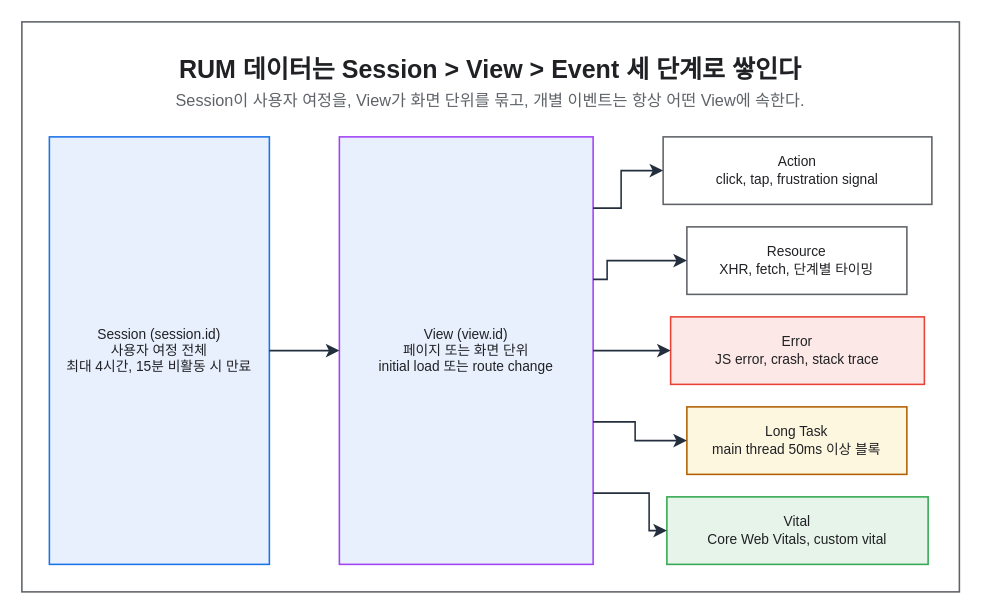
Before: assets/img/observability/datadog-rum-01-data-model.drawio in KKamJi98/kkamji98.github.io, a draw.io diagram. Source tidied: cells renumbered, new cells numbered last; positions are measured from the earlier drawing's top-left corner, leaving out a move shared by most shapes. Both pictures are drawn from the tidied source at 125%, with x=0, y=0 at pixel (21, 21).
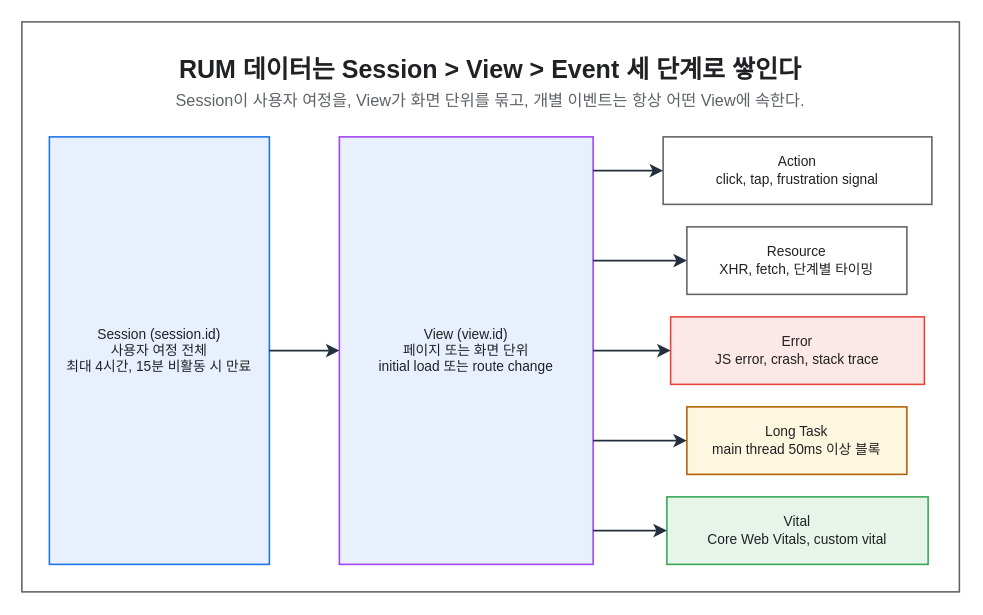
Above is the later version.

Unchanged cells that the change refers to:
```xml
<mxCell id="6" value="View (view.id)&#10;페이지 또는 화면 단위&#10;initial load 또는 route change" style="rounded=0;whiteSpace=wrap;html=0;fillColor=#E8F0FE;strokeColor=#A142F4;fontColor=#202124;fontSize=11;fontStyle=0;align=center;verticalAlign=middle;spacingLeft=6;spacingRight=6;strokeWidth=1.25;" parent="1" vertex="1">
  <mxGeometry x="254" y="92" width="203" height="342" as="geometry" />
</mxCell>
<mxCell id="7" value="Action&#10;click, tap, frustration signal" style="rounded=0;whiteSpace=wrap;html=0;fillColor=#FFFFFF;strokeColor=#5F6368;fontColor=#202124;fontSize=11;fontStyle=0;align=center;verticalAlign=middle;spacingLeft=6;spacingRight=6;strokeWidth=1.25;" parent="1" vertex="1">
  <mxGeometry x="513" y="92" width="215" height="54" as="geometry" />
</mxCell>
<mxCell id="8" value="Resource&#10;XHR, fetch, 단계별 타이밍" style="rounded=0;whiteSpace=wrap;html=0;fillColor=#FFFFFF;strokeColor=#5F6368;fontColor=#202124;fontSize=11;fontStyle=0;align=center;verticalAlign=middle;spacingLeft=6;spacingRight=6;strokeWidth=1.25;" parent="1" vertex="1">
  <mxGeometry x="532" y="164" width="176" height="54" as="geometry" />
</mxCell>
<mxCell id="10" value="Long Task&#10;main thread 50ms 이상 블록" style="rounded=0;whiteSpace=wrap;html=0;fillColor=#FEF7E0;strokeColor=#B06000;fontColor=#202124;fontSize=11;fontStyle=0;align=center;verticalAlign=middle;spacingLeft=6;spacingRight=6;strokeWidth=1.25;" parent="1" vertex="1">
  <mxGeometry x="532" y="308" width="176" height="54" as="geometry" />
</mxCell>
<mxCell id="11" value="Vital&#10;Core Web Vitals, custom vital" style="rounded=0;whiteSpace=wrap;html=0;fillColor=#E6F4EA;strokeColor=#34A853;fontColor=#202124;fontSize=11;fontStyle=0;align=center;verticalAlign=middle;spacingLeft=6;spacingRight=6;strokeWidth=1.25;" parent="1" vertex="1">
  <mxGeometry x="516" y="380" width="209" height="54" as="geometry" />
</mxCell>
```

Change to the diagram source:
```diff
@@
-    <mxCell id="13" style="edgeStyle=orthogonalEdgeStyle;rounded=0;html=0;strokeColor=#232F3E;strokeWidth=1.25;endArrow=classic;endFill=1;endSize=7;fontSize=11;fontColor=#202124;labelBackgroundColor=none;jettySize=14;exitX=1;exitY=0.1667;entryX=0;entryY=0.5;exitDx=0;exitDy=0;entryDx=0;entryDy=0;" parent="1" edge="1" source="6" target="7">
-      <mxGeometry relative="1" as="geometry">
-        <Array as="points">
-          <mxPoint x="479.4" y="149" />
-          <mxPoint x="479.4" y="119" />
-        </Array>
-      </mxGeometry>
+    <mxCell id="13" style="edgeStyle=orthogonalEdgeStyle;rounded=0;html=0;strokeColor=#232F3E;strokeWidth=1.25;endArrow=classic;endFill=1;endSize=7;fontSize=11;fontColor=#202124;labelBackgroundColor=none;jettySize=14;exitX=1;exitY=0.0789;entryX=0;entryY=0.5;exitDx=0;exitDy=0;entryDx=0;entryDy=0;" parent="1" edge="1" source="6" target="7">
+      <mxGeometry relative="1" as="geometry" />
     </mxCell>
-    <mxCell id="14" style="edgeStyle=orthogonalEdgeStyle;rounded=0;html=0;strokeColor=#232F3E;strokeWidth=1.25;endArrow=classic;endFill=1;endSize=7;fontSize=11;fontColor=#202124;labelBackgroundColor=none;jettySize=14;exitX=1;exitY=0.3333;entryX=0;entryY=0.5;exitDx=0;exitDy=0;entryDx=0;entryDy=0;" parent="1" edge="1" source="6" target="8">
-      <mxGeometry relative="1" as="geometry">
-        <Array as="points">
-          <mxPoint x="468.2" y="206" />
-          <mxPoint x="468.2" y="191" />
-        </Array>
-      </mxGeometry>
+    <mxCell id="14" style="edgeStyle=orthogonalEdgeStyle;rounded=0;html=0;strokeColor=#232F3E;strokeWidth=1.25;endArrow=classic;endFill=1;endSize=7;fontSize=11;fontColor=#202124;labelBackgroundColor=none;jettySize=14;exitX=1;exitY=0.2895;entryX=0;entryY=0.5;exitDx=0;exitDy=0;entryDx=0;entryDy=0;" parent="1" edge="1" source="6" target="8">
+      <mxGeometry relative="1" as="geometry" />
     </mxCell>
@@
-    <mxCell id="16" style="edgeStyle=orthogonalEdgeStyle;rounded=0;html=0;strokeColor=#232F3E;strokeWidth=1.25;endArrow=classic;endFill=1;endSize=7;fontSize=11;fontColor=#202124;labelBackgroundColor=none;jettySize=14;exitX=1;exitY=0.6667;entryX=0;entryY=0.5;exitDx=0;exitDy=0;entryDx=0;entryDy=0;" parent="1" edge="1" source="6" target="10">
-      <mxGeometry relative="1" as="geometry">
-        <Array as="points">
-          <mxPoint x="490.6" y="320" />
-          <mxPoint x="490.6" y="335" />
-        </Array>
-      </mxGeometry>
+    <mxCell id="16" style="edgeStyle=orthogonalEdgeStyle;rounded=0;html=0;strokeColor=#232F3E;strokeWidth=1.25;endArrow=classic;endFill=1;endSize=7;fontSize=11;fontColor=#202124;labelBackgroundColor=none;jettySize=14;exitX=1;exitY=0.7105;entryX=0;entryY=0.5;exitDx=0;exitDy=0;entryDx=0;entryDy=0;" parent="1" edge="1" source="6" target="10">
+      <mxGeometry relative="1" as="geometry" />
     </mxCell>
-    <mxCell id="17" style="edgeStyle=orthogonalEdgeStyle;rounded=0;html=0;strokeColor=#232F3E;strokeWidth=1.25;endArrow=classic;endFill=1;endSize=7;fontSize=11;fontColor=#202124;labelBackgroundColor=none;jettySize=14;exitX=1;exitY=0.8333;entryX=0;entryY=0.5;exitDx=0;exitDy=0;entryDx=0;entryDy=0;" parent="1" edge="1" source="6" target="11">
-      <mxGeometry relative="1" as="geometry">
-        <Array as="points">
-          <mxPoint x="501.8" y="377" />
-          <mxPoint x="501.8" y="407" />
-        </Array>
-      </mxGeometry>
+    <mxCell id="17" style="edgeStyle=orthogonalEdgeStyle;rounded=0;html=0;strokeColor=#232F3E;strokeWidth=1.25;endArrow=classic;endFill=1;endSize=7;fontSize=11;fontColor=#202124;labelBackgroundColor=none;jettySize=14;exitX=1;exitY=0.9211;entryX=0;entryY=0.5;exitDx=0;exitDy=0;entryDx=0;entryDy=0;" parent="1" edge="1" source="6" target="11">
+      <mxGeometry relative="1" as="geometry" />
     </mxCell>
```
